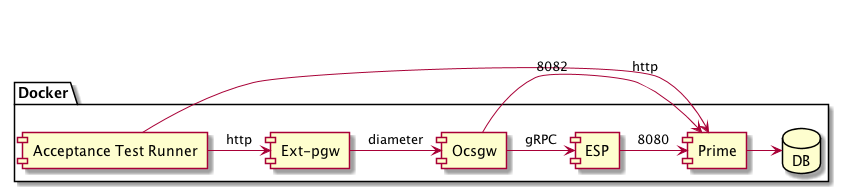
ostelco/ostelco-core keeps this PlantUML diagram as docs/test-deployment/deployment.png. Above is the earlier version. The source it was exported from:
```plantuml
@startuml
package "Docker" {
 [Acceptance Test Runner]
 [Ext-pgw]
 [Ocsgw]
 [ESP]
 [Prime]
 database DB
}

[Acceptance Test Runner] -> [Ext-pgw] : http
[Acceptance Test Runner] -> [Prime] : http
[Ext-pgw] -> [Ocsgw] : diameter
[Ocsgw] -> [ESP] : gRPC
[Ocsgw] -> [Prime] : 8082
[ESP] -> [Prime] : 8080
[Prime] ->  DB

@enduml
```
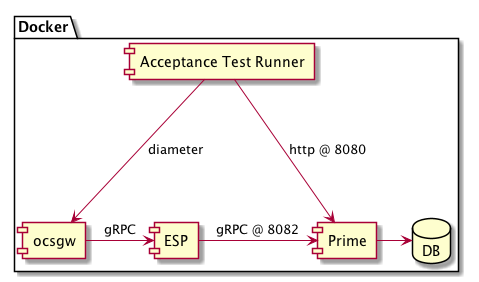
After the commit.

Change to the diagram source:
```diff
@@ -1,19 +1,16 @@
 @startuml
 package "Docker" {
  [Acceptance Test Runner]
- [Ext-pgw]
- [Ocsgw]
+ [ocsgw]
  [ESP]
  [Prime]
  database DB
 }
 
-[Acceptance Test Runner] -> [Ext-pgw] : http
-[Acceptance Test Runner] -> [Prime] : http
-[Ext-pgw] -> [Ocsgw] : diameter
-[Ocsgw] -> [ESP] : gRPC
-[Ocsgw] -> [Prime] : 8082
-[ESP] -> [Prime] : 8080
+[Acceptance Test Runner] --> [ocsgw] : diameter
+[Acceptance Test Runner] -> [Prime] : http @ 8080
+[ocsgw] -> [ESP] : gRPC
+[ESP] -> [Prime] : gRPC @ 8082
 [Prime] ->  DB
 
 @enduml
```
